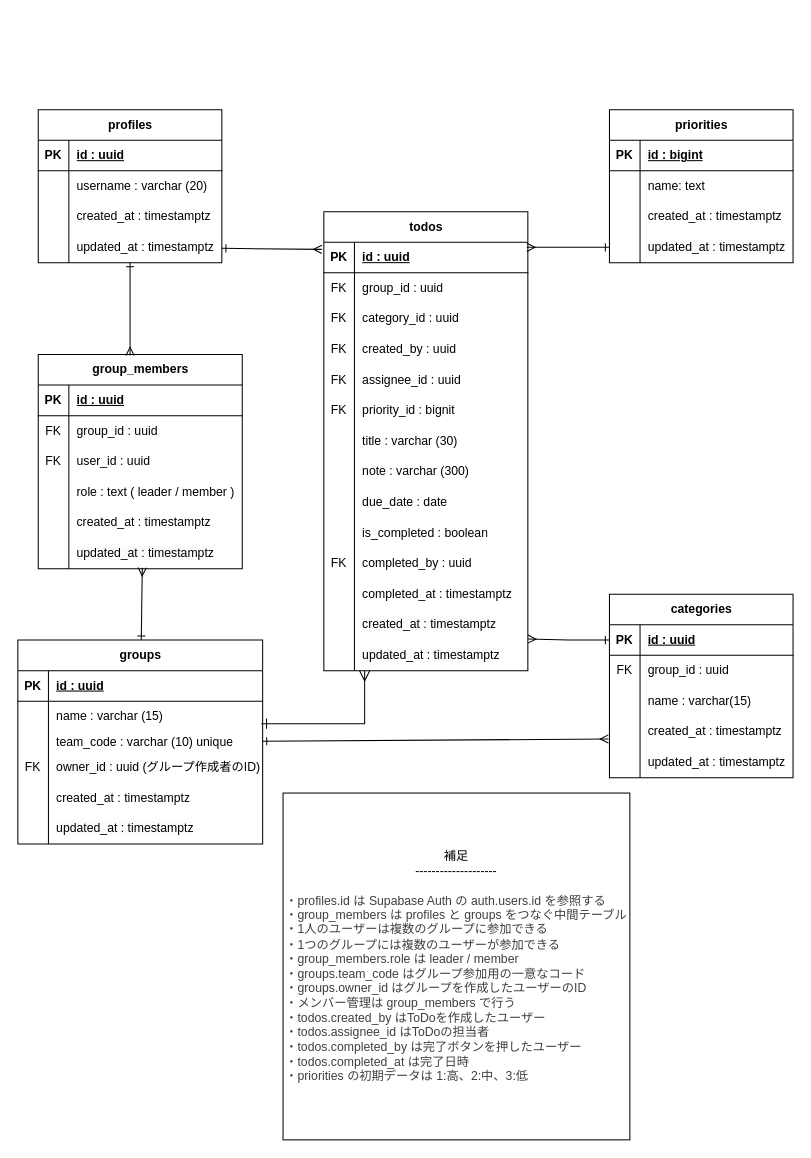
Earlier version of the draw.io diagram docs/er.drawio (corgi-rika/we-do-list). Source tidied: cells renumbered, new cells numbered last; positions are measured from the earlier drawing's top-left corner, leaving out a move shared by most shapes. Both pictures are drawn from the tidied source at 102%, with x=0, y=0 at pixel (17, 109).
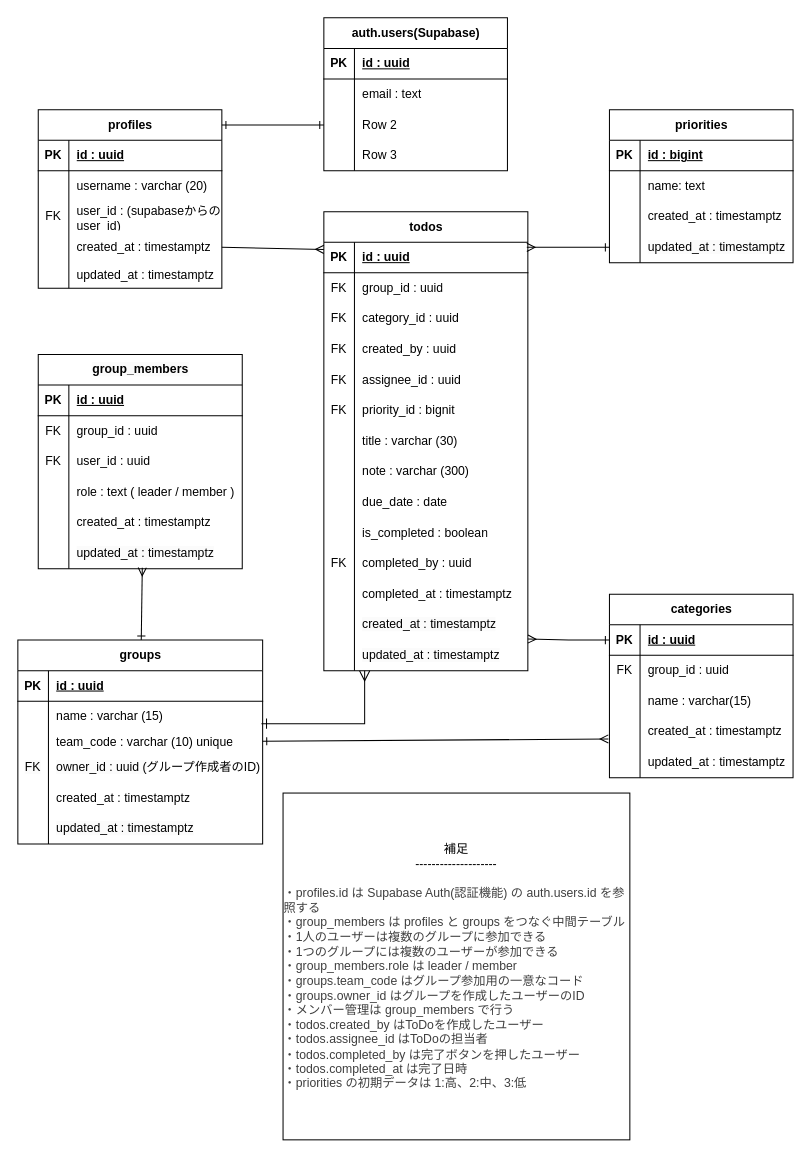
The same page after the edit.

Unchanged cells that the change refers to:
```xml
<mxCell id="35" value="&lt;span style=&quot;color: rgb(0, 0, 0); font-family: Helvetica; font-style: normal; font-variant-ligatures: normal; font-variant-caps: normal; letter-spacing: normal; orphans: 2; text-align: center; text-indent: 0px; text-transform: none; widows: 2; word-spacing: 0px; -webkit-text-stroke-width: 0px; white-space: nowrap; background-color: rgb(251, 251, 251); text-decoration-thickness: initial; text-decoration-style: initial; text-decoration-color: initial; float: none; display: inline !important;&quot;&gt;&lt;font&gt;group_members&lt;/font&gt;&lt;/span&gt;" style="shape=table;startSize=30;childLayout=tableLayout;rowLines=0;fontStyle=1;align=center;html=1;" parent="1" vertex="1">
  <mxGeometry x="20" y="240" width="200" height="210" as="geometry" />
</mxCell>
<mxCell id="84" style="shape=tableRow;horizontal=0;startSize=0;swimlaneHead=0;swimlaneBody=0;fillColor=none;points=[[0,0.5],[1,0.5]];portConstraint=eastwest;top=0;left=0;right=0;bottom=1;" parent="83" vertex="1">
  <mxGeometry y="30" width="200" height="30" as="geometry" />
</mxCell>
```

The edit, as a diff of the source:
```diff
@@
     <mxCell id="3" value="profiles" style="shape=table;startSize=30;childLayout=tableLayout;rowLines=0;fontStyle=1;align=center;html=1;" parent="1" vertex="1">
-      <mxGeometry x="20" width="180" height="150" as="geometry" />
+      <mxGeometry x="20" width="180" height="175" as="geometry" />
     </mxCell>
@@
+    <mxCell id="134" style="shape=tableRow;horizontal=0;startSize=0;swimlaneHead=0;swimlaneBody=0;fillColor=none;top=0;left=0;right=0;bottom=0;" parent="3" vertex="1">
+      <mxGeometry y="90" width="180" height="30" as="geometry" />
+    </mxCell>
+    <mxCell id="135" value="FK" style="shape=partialRectangle;fillColor=none;top=0;left=0;bottom=0;right=0;overflow=hidden;whiteSpace=wrap;html=1;" parent="134" vertex="1">
+      <mxGeometry width="30" height="30" as="geometry" />
+    </mxCell>
+    <mxCell id="136" value="user_id : (supabaseからのuser_id)" style="shape=partialRectangle;fillColor=none;top=0;left=0;bottom=0;right=0;align=left;spacingLeft=6;overflow=hidden;whiteSpace=wrap;html=1;" parent="134" vertex="1">
+      <mxGeometry x="30" width="150" height="30" as="geometry" />
+    </mxCell>
     <mxCell id="10" style="shape=tableRow;horizontal=0;startSize=0;swimlaneHead=0;swimlaneBody=0;fillColor=none;points=[[0,0.5],[1,0.5]];portConstraint=eastwest;top=0;left=0;right=0;bottom=0;" parent="3" vertex="1">
-      <mxGeometry y="90" width="180" height="30" as="geometry" />
+      <mxGeometry y="120" width="180" height="30" as="geometry" />
     </mxCell>
@@
     <mxCell id="13" style="shape=tableRow;horizontal=0;startSize=0;swimlaneHead=0;swimlaneBody=0;fillColor=none;points=[[0,0.5],[1,0.5]];portConstraint=eastwest;top=0;left=0;right=0;bottom=0;" parent="3" vertex="1">
-      <mxGeometry y="120" width="180" height="30" as="geometry" />
+      <mxGeometry y="150" width="180" height="25" as="geometry" />
     </mxCell>
     <mxCell id="14" style="shape=partialRectangle;fillColor=none;top=0;left=0;bottom=0;right=0;overflow=hidden;whiteSpace=wrap;html=1;" parent="13" vertex="1">
-      <mxGeometry width="30" height="30" as="geometry" />
+      <mxGeometry width="30" height="25" as="geometry" />
     </mxCell>
     <mxCell id="15" value="updated_at : timestamptz" style="shape=partialRectangle;fillColor=none;top=0;left=0;bottom=0;right=0;align=left;spacingLeft=6;overflow=hidden;whiteSpace=wrap;html=1;" parent="13" vertex="1">
-      <mxGeometry x="30" width="150" height="30" as="geometry" />
+      <mxGeometry x="30" width="150" height="25" as="geometry" />
     </mxCell>
@@
-    <mxCell id="127" style="edgeStyle=none;html=1;entryX=0.45;entryY=0.005;entryDx=0;entryDy=0;entryPerimeter=0;endArrow=ERmany;endFill=0;startArrow=ERone;startFill=0;" parent="1" edge="1" source="3" target="35">
-      <mxGeometry relative="1" as="geometry">
-        <Array as="points">
-          <mxPoint x="110" y="200" />
-          <mxPoint x="110" y="210" />
-        </Array>
-      </mxGeometry>
-    </mxCell>
@@
-    <mxCell id="132" style="edgeStyle=none;html=1;entryX=-0.01;entryY=0.233;entryDx=0;entryDy=0;entryPerimeter=0;endArrow=ERmany;endFill=0;startArrow=ERone;startFill=0;" parent="1" edge="1" source="13" target="84">
-      <mxGeometry relative="1" as="geometry" />
-    </mxCell>
-    <mxCell id="133" value="補足&lt;br&gt;--------------------&lt;div&gt;&lt;font color=&quot;#000000&quot;&gt;&lt;br&gt;&lt;/font&gt;&lt;div&gt;&lt;div style=&quot;text-align: left;&quot;&gt;&lt;span style=&quot;color: rgb(63, 63, 63); background-color: transparent;&quot;&gt;・profiles.id は Supabase Auth の auth.users.id を参照する&lt;/span&gt;&lt;/div&gt;&lt;div style=&quot;text-align: left;&quot;&gt;&lt;span style=&quot;color: rgb(63, 63, 63); background-color: transparent;&quot;&gt;・group_members は profiles と groups をつなぐ中間テーブル&lt;/span&gt;&lt;/div&gt;&lt;/div&gt;&lt;div style=&quot;text-align: left;&quot;&gt;&lt;span style=&quot;color: rgb(63, 63, 63); background-color: transparent;&quot;&gt;・1人のユーザーは複数のグループに参加できる&lt;br&gt;・1つのグループには複数のユーザーが参加できる&lt;br&gt;・group_members.role は leader / member&lt;br&gt;・groups.team_code はグループ参加用の一意なコード&lt;br&gt;・groups.owner_id はグループを作成したユーザーのID&lt;br&gt;・メンバー管理は group_members で行う&lt;br&gt;・todos.created_by はToDoを作成したユーザー&lt;br&gt;・todos.assignee_id はToDoの担当者&lt;br&gt;・todos.completed_by は完了ボタンを押したユーザー&lt;br&gt;・todos.completed_at は完了日時&lt;/span&gt;&lt;/div&gt;&lt;/div&gt;&lt;div style=&quot;text-align: left;&quot;&gt;&lt;span style=&quot;color: rgb(63, 63, 63); background-color: transparent;&quot;&gt;・priorities の初期データは 1:高、2:中、3:低&lt;/span&gt;&lt;/div&gt;" style="whiteSpace=wrap;html=1;" parent="1" vertex="1">
+    <mxCell id="133" value="補足&lt;br&gt;--------------------&lt;div&gt;&lt;font color=&quot;#000000&quot;&gt;&lt;br&gt;&lt;/font&gt;&lt;div&gt;&lt;div style=&quot;text-align: left;&quot;&gt;&lt;span style=&quot;color: rgb(63, 63, 63); background-color: transparent;&quot;&gt;・profiles.id は Supabase Auth(認証機能) の auth.users.id を参照する&lt;/span&gt;&lt;/div&gt;&lt;div style=&quot;text-align: left;&quot;&gt;&lt;span style=&quot;color: rgb(63, 63, 63); background-color: transparent;&quot;&gt;・group_members は profiles と groups をつなぐ中間テーブル&lt;/span&gt;&lt;/div&gt;&lt;/div&gt;&lt;div style=&quot;text-align: left;&quot;&gt;&lt;span style=&quot;color: rgb(63, 63, 63); background-color: transparent;&quot;&gt;・1人のユーザーは複数のグループに参加できる&lt;br&gt;・1つのグループには複数のユーザーが参加できる&lt;br&gt;・group_members.role は leader / member&lt;br&gt;・groups.team_code はグループ参加用の一意なコード&lt;br&gt;・groups.owner_id はグループを作成したユーザーのID&lt;br&gt;・メンバー管理は group_members で行う&lt;br&gt;・todos.created_by はToDoを作成したユーザー&lt;br&gt;・todos.assignee_id はToDoの担当者&lt;br&gt;・todos.completed_by は完了ボタンを押したユーザー&lt;br&gt;・todos.completed_at は完了日時&lt;/span&gt;&lt;/div&gt;&lt;/div&gt;&lt;div style=&quot;text-align: left;&quot;&gt;&lt;span style=&quot;color: rgb(63, 63, 63); background-color: transparent;&quot;&gt;・priorities の初期データは 1:高、2:中、3:低&lt;/span&gt;&lt;/div&gt;" style="whiteSpace=wrap;html=1;" parent="1" vertex="1">
       <mxGeometry x="260" y="670" width="340" height="340" as="geometry" />
     </mxCell>
+    <mxCell id="137" style="edgeStyle=none;html=1;entryX=0.015;entryY=0.233;entryDx=0;entryDy=0;entryPerimeter=0;endArrow=ERmany;endFill=0;exitX=1;exitY=0.5;exitDx=0;exitDy=0;" parent="1" edge="1" source="10">
+      <mxGeometry relative="1" as="geometry">
+        <mxPoint x="300" y="137" as="targetPoint" />
+      </mxGeometry>
+    </mxCell>
+    <mxCell id="138" value="auth.users(Supabase)" style="shape=table;startSize=30;childLayout=tableLayout;rowLines=0;fontStyle=1;align=center;html=1;" parent="1" vertex="1">
+      <mxGeometry x="300" y="-90" width="180" height="150" as="geometry" />
+    </mxCell>
+    <mxCell id="139" style="shape=tableRow;horizontal=0;startSize=0;swimlaneHead=0;swimlaneBody=0;fillColor=none;top=0;left=0;right=0;bottom=1;" parent="138" vertex="1">
+      <mxGeometry y="30" width="180" height="30" as="geometry" />
+    </mxCell>
+    <mxCell id="140" value="PK" style="shape=partialRectangle;fillColor=none;top=0;left=0;bottom=0;right=0;fontStyle=1;overflow=hidden;whiteSpace=wrap;html=1;" parent="139" vertex="1">
+      <mxGeometry width="30" height="30" as="geometry" />
+    </mxCell>
+    <mxCell id="141" value="id : uuid" style="shape=partialRectangle;fillColor=none;top=0;left=0;bottom=0;right=0;align=left;spacingLeft=6;fontStyle=5;overflow=hidden;whiteSpace=wrap;html=1;" parent="139" vertex="1">
+      <mxGeometry x="30" width="150" height="30" as="geometry" />
+    </mxCell>
+    <mxCell id="142" style="shape=tableRow;horizontal=0;startSize=0;swimlaneHead=0;swimlaneBody=0;fillColor=none;top=0;left=0;right=0;bottom=0;" parent="138" vertex="1">
+      <mxGeometry y="60" width="180" height="30" as="geometry" />
+    </mxCell>
+    <mxCell id="143" style="shape=partialRectangle;fillColor=none;top=0;left=0;bottom=0;right=0;overflow=hidden;whiteSpace=wrap;html=1;" parent="142" vertex="1">
+      <mxGeometry width="30" height="30" as="geometry" />
+    </mxCell>
+    <mxCell id="144" value="email : text" style="shape=partialRectangle;fillColor=none;top=0;left=0;bottom=0;right=0;align=left;spacingLeft=6;overflow=hidden;whiteSpace=wrap;html=1;" parent="142" vertex="1">
+      <mxGeometry x="30" width="150" height="30" as="geometry" />
+    </mxCell>
+    <mxCell id="145" style="shape=tableRow;horizontal=0;startSize=0;swimlaneHead=0;swimlaneBody=0;fillColor=none;points=[[0,0.5],[1,0.5]];portConstraint=eastwest;top=0;left=0;right=0;bottom=0;" parent="138" vertex="1">
+      <mxGeometry y="90" width="180" height="30" as="geometry" />
+    </mxCell>
+    <mxCell id="146" style="shape=partialRectangle;fillColor=none;top=0;left=0;bottom=0;right=0;overflow=hidden;whiteSpace=wrap;html=1;" parent="145" vertex="1">
+      <mxGeometry width="30" height="30" as="geometry" />
+    </mxCell>
+    <mxCell id="147" value="Row 2" style="shape=partialRectangle;fillColor=none;top=0;left=0;bottom=0;right=0;align=left;spacingLeft=6;overflow=hidden;whiteSpace=wrap;html=1;" parent="145" vertex="1">
+      <mxGeometry x="30" width="150" height="30" as="geometry" />
+    </mxCell>
+    <mxCell id="148" style="shape=tableRow;horizontal=0;startSize=0;swimlaneHead=0;swimlaneBody=0;fillColor=none;top=0;left=0;right=0;bottom=0;" parent="138" vertex="1">
+      <mxGeometry y="120" width="180" height="30" as="geometry" />
+    </mxCell>
+    <mxCell id="149" style="shape=partialRectangle;fillColor=none;top=0;left=0;bottom=0;right=0;overflow=hidden;whiteSpace=wrap;html=1;" parent="148" vertex="1">
+      <mxGeometry width="30" height="30" as="geometry" />
+    </mxCell>
+    <mxCell id="150" value="Row 3" style="shape=partialRectangle;fillColor=none;top=0;left=0;bottom=0;right=0;align=left;spacingLeft=6;overflow=hidden;whiteSpace=wrap;html=1;" parent="148" vertex="1">
+      <mxGeometry x="30" width="150" height="30" as="geometry" />
+    </mxCell>
+    <mxCell id="151" style="edgeStyle=none;html=1;entryX=1;entryY=0.086;entryDx=0;entryDy=0;entryPerimeter=0;endArrow=ERone;endFill=0;startArrow=ERone;startFill=0;" parent="1" edge="1" source="145" target="3">
+      <mxGeometry relative="1" as="geometry" />
+    </mxCell>
```
